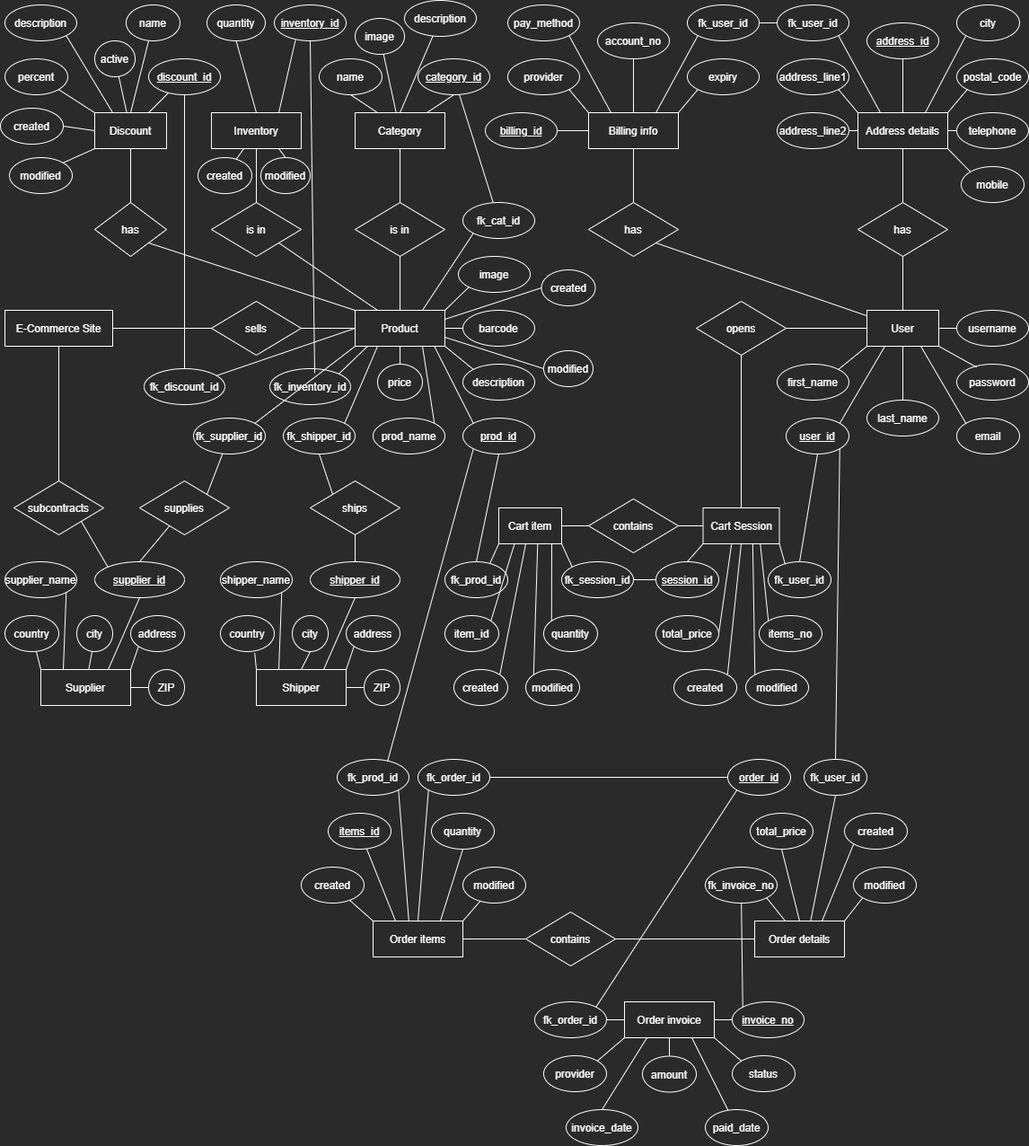
PCSedlaczek/BE15_CR9_Sedlaczek keeps this draw.io diagram as diagrams/famazon_er_diagram.png. Above is the earlier version. Source tidied: cells renumbered, new cells last; positions are measured from the earlier drawing's top-left corner, leaving out a move shared by most shapes.
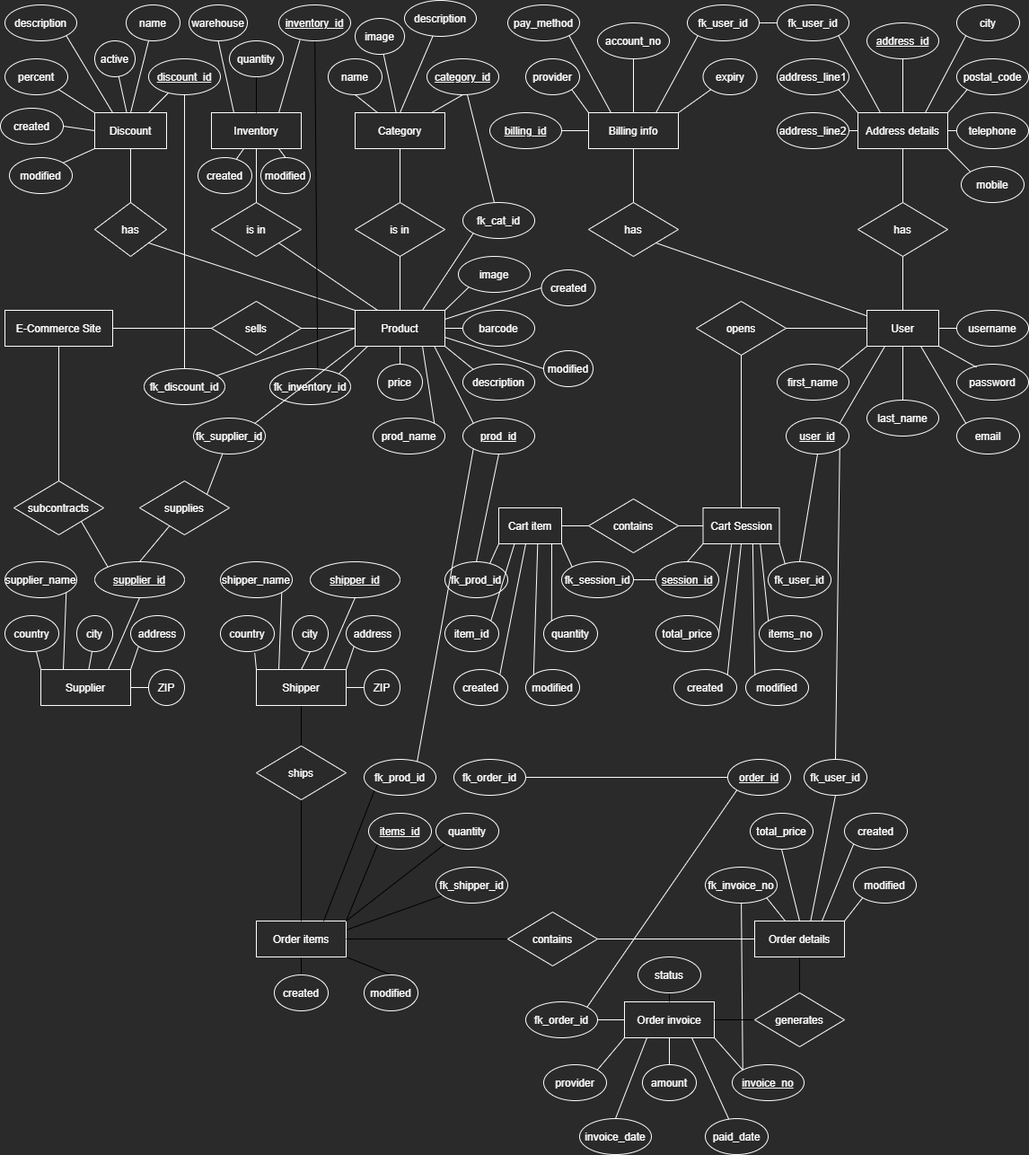
After the commit.

The edit, as a diff of the source:
```diff
@@ -136,3 +136,3 @@
     <mxCell id="45" value="billing_id" style="ellipse;whiteSpace=wrap;html=1;align=center;labelBackgroundColor=none;fontColor=#FFFFFF;strokeColor=#FFFFFF;strokeWidth=1;fillColor=none;fontStyle=4;" parent="1" vertex="1">
-      <mxGeometry x="540" y="125" width="80" height="40" as="geometry" />
+      <mxGeometry x="545" y="125" width="80" height="40" as="geometry" />
     </mxCell>
@@ -145,3 +145,3 @@
     <mxCell id="48" value="provider" style="ellipse;whiteSpace=wrap;html=1;align=center;labelBackgroundColor=none;fontColor=#FFFFFF;strokeColor=#FFFFFF;strokeWidth=1;fillColor=none;" parent="1" vertex="1">
-      <mxGeometry x="565" y="65" width="80" height="40" as="geometry" />
+      <mxGeometry x="585" y="65" width="60" height="40" as="geometry" />
     </mxCell>
@@ -151,3 +151,3 @@
     <mxCell id="50" value="expiry" style="ellipse;whiteSpace=wrap;html=1;align=center;labelBackgroundColor=none;fontColor=#FFFFFF;strokeColor=#FFFFFF;strokeWidth=1;fillColor=none;" parent="1" vertex="1">
-      <mxGeometry x="765" y="65" width="80" height="40" as="geometry" />
+      <mxGeometry x="782.5" y="65" width="60" height="40" as="geometry" />
     </mxCell>
@@ -213,3 +213,3 @@
     </mxCell>
-    <mxCell id="71" style="edgeStyle=none;curved=1;html=1;exitX=0.5;exitY=0;exitDx=0;exitDy=0;entryX=0.5;entryY=1;entryDx=0;entryDy=0;fontColor=#FFFFFF;endArrow=none;endFill=0;strokeColor=#FFFFFF;" parent="1" edge="1" source="74" target="91">
+    <mxCell id="71" style="edgeStyle=none;curved=1;html=1;exitX=0.25;exitY=0;exitDx=0;exitDy=0;entryX=0.5;entryY=1;entryDx=0;entryDy=0;fontColor=#FFFFFF;endArrow=none;endFill=0;strokeColor=#FFFFFF;" parent="1" edge="1" source="74" target="91">
       <mxGeometry relative="1" as="geometry" />
@@ -259,6 +259,6 @@
     <mxCell id="86" value="category_id" style="ellipse;whiteSpace=wrap;html=1;align=center;labelBackgroundColor=none;fontColor=#FFFFFF;strokeColor=#FFFFFF;strokeWidth=1;fillColor=none;fontStyle=4;" parent="1" vertex="1">
-      <mxGeometry x="465" y="65" width="80" height="40" as="geometry" />
+      <mxGeometry x="475" y="65" width="80" height="40" as="geometry" />
     </mxCell>
     <mxCell id="87" value="name" style="ellipse;whiteSpace=wrap;html=1;align=center;labelBackgroundColor=none;fontColor=#FFFFFF;strokeColor=#FFFFFF;strokeWidth=1;fillColor=none;" parent="1" vertex="1">
-      <mxGeometry x="355" y="65" width="70" height="40" as="geometry" />
+      <mxGeometry x="365" y="65" width="60" height="40" as="geometry" />
     </mxCell>
@@ -267,12 +267,10 @@
     </mxCell>
-    <mxCell id="89" style="edgeStyle=none;html=1;exitX=0.5;exitY=1;exitDx=0;exitDy=0;fontColor=#FFFFFF;endArrow=none;endFill=0;strokeColor=#FFFFFF;" parent="1" edge="1" source="90">
-      <mxGeometry relative="1" as="geometry">
-        <mxPoint x="350" y="415" as="targetPoint" />
-      </mxGeometry>
-    </mxCell>
+    <mxCell id="247" style="edgeStyle=none;html=1;entryX=0.592;entryY=-0.017;entryDx=0;entryDy=0;entryPerimeter=0;endArrow=none;endFill=0;" parent="1" edge="1" source="90" target="114">
+      <mxGeometry relative="1" as="geometry" />
+    </mxCell>
     <mxCell id="90" value="inventory_id" style="ellipse;whiteSpace=wrap;html=1;align=center;labelBackgroundColor=none;fontColor=#FFFFFF;strokeColor=#FFFFFF;strokeWidth=1;fillColor=none;fontStyle=4;" parent="1" vertex="1">
-      <mxGeometry x="305" y="5" width="80" height="40" as="geometry" />
+      <mxGeometry x="310" y="5" width="80" height="40" as="geometry" />
     </mxCell>
-    <mxCell id="91" value="quantity" style="ellipse;whiteSpace=wrap;html=1;align=center;labelBackgroundColor=none;fontColor=#FFFFFF;strokeColor=#FFFFFF;strokeWidth=1;fillColor=none;" parent="1" vertex="1">
-      <mxGeometry x="230" y="5" width="65" height="40" as="geometry" />
+    <mxCell id="91" value="warehouse" style="ellipse;whiteSpace=wrap;html=1;align=center;labelBackgroundColor=none;fontColor=#FFFFFF;strokeColor=#FFFFFF;strokeWidth=1;fillColor=none;" parent="1" vertex="1">
+      <mxGeometry x="210" y="5" width="65" height="40" as="geometry" />
     </mxCell>
@@ -329,3 +327,3 @@
     </mxCell>
-    <mxCell id="109" style="edgeStyle=none;curved=1;html=1;exitX=0;exitY=1;exitDx=0;exitDy=0;entryX=0.701;entryY=0.058;entryDx=0;entryDy=0;fontColor=#FFFFFF;endArrow=none;endFill=0;strokeColor=#FFFFFF;entryPerimeter=0;" parent="1" edge="1" source="110" target="168">
+    <mxCell id="109" style="edgeStyle=none;curved=1;html=1;exitX=0;exitY=1;exitDx=0;exitDy=0;entryX=0.739;entryY=0.063;entryDx=0;entryDy=0;fontColor=#FFFFFF;endArrow=none;endFill=0;strokeColor=#FFFFFF;entryPerimeter=0;" parent="1" edge="1" source="110" target="168">
       <mxGeometry relative="1" as="geometry" />
@@ -355,7 +353,7 @@
     </mxCell>
-    <mxCell id="117" style="edgeStyle=none;curved=1;html=1;exitX=1;exitY=0;exitDx=0;exitDy=0;entryX=0.25;entryY=1;entryDx=0;entryDy=0;fontColor=#FFFFFF;endArrow=none;endFill=0;strokeColor=#FFFFFF;" parent="1" edge="1" source="118" target="14">
-      <mxGeometry relative="1" as="geometry" />
-    </mxCell>
+    <mxCell id="248" style="edgeStyle=none;html=1;entryX=1;entryY=0.25;entryDx=0;entryDy=0;endArrow=none;endFill=0;" parent="1" edge="1" source="118" target="126">
+      <mxGeometry relative="1" as="geometry" />
+    </mxCell>
     <mxCell id="118" value="fk_shipper_id" style="ellipse;whiteSpace=wrap;html=1;align=center;labelBackgroundColor=none;fontColor=#FFFFFF;strokeColor=#FFFFFF;strokeWidth=1;fillColor=none;" parent="1" vertex="1">
-      <mxGeometry x="315" y="465" width="80" height="40" as="geometry" />
+      <mxGeometry x="485" y="965" width="80" height="40" as="geometry" />
     </mxCell>
@@ -382,4 +380,10 @@
     </mxCell>
+    <mxCell id="249" style="edgeStyle=none;html=1;endArrow=none;endFill=0;" parent="1" edge="1" source="126" target="164">
+      <mxGeometry relative="1" as="geometry" />
+    </mxCell>
+    <mxCell id="250" style="edgeStyle=none;html=1;entryX=0.5;entryY=0;entryDx=0;entryDy=0;endArrow=none;endFill=0;" parent="1" edge="1" source="126" target="162">
+      <mxGeometry relative="1" as="geometry" />
+    </mxCell>
     <mxCell id="126" value="Order items" style="whiteSpace=wrap;html=1;align=center;labelBackgroundColor=none;fontColor=#FFFFFF;strokeColor=#FFFFFF;strokeWidth=1;fillColor=none;" parent="1" vertex="1">
-      <mxGeometry x="415" y="1025" width="100" height="40" as="geometry" />
+      <mxGeometry x="285" y="1025" width="100" height="40" as="geometry" />
     </mxCell>
@@ -397,2 +401,5 @@
     </mxCell>
+    <mxCell id="251" style="edgeStyle=none;html=1;entryX=0.5;entryY=0;entryDx=0;entryDy=0;endArrow=none;endFill=0;" parent="1" edge="1" source="131" target="222">
+      <mxGeometry relative="1" as="geometry" />
+    </mxCell>
     <mxCell id="131" value="Shipper" style="whiteSpace=wrap;html=1;align=center;labelBackgroundColor=none;fontColor=#FFFFFF;strokeColor=#FFFFFF;strokeWidth=1;fillColor=none;" parent="1" vertex="1">
@@ -409,6 +416,3 @@
     </mxCell>
-    <mxCell id="135" style="edgeStyle=none;curved=1;html=1;exitX=1;exitY=1;exitDx=0;exitDy=0;entryX=0;entryY=0;entryDx=0;entryDy=0;fontColor=#FFFFFF;endArrow=none;endFill=0;strokeColor=#FFFFFF;" parent="1" edge="1" source="139" target="211">
-      <mxGeometry relative="1" as="geometry" />
-    </mxCell>
-    <mxCell id="136" style="edgeStyle=none;curved=1;html=1;exitX=1;exitY=0.5;exitDx=0;exitDy=0;entryX=0;entryY=0.5;entryDx=0;entryDy=0;fontColor=#FFFFFF;endArrow=none;endFill=0;strokeColor=#FFFFFF;" parent="1" edge="1" source="139" target="214">
+    <mxCell id="136" style="edgeStyle=none;curved=1;html=1;exitX=1;exitY=1;exitDx=0;exitDy=0;entryX=0;entryY=0;entryDx=0;entryDy=0;fontColor=#FFFFFF;endArrow=none;endFill=0;strokeColor=#FFFFFF;" parent="1" edge="1" source="139" target="214">
       <mxGeometry relative="1" as="geometry" />
@@ -427,2 +431,5 @@
     </mxCell>
+    <mxCell id="252" style="edgeStyle=none;html=1;endArrow=none;endFill=0;" parent="1" edge="1" source="141" target="258">
+      <mxGeometry relative="1" as="geometry" />
+    </mxCell>
     <mxCell id="141" value="Order details" style="whiteSpace=wrap;html=1;align=center;labelBackgroundColor=none;fontColor=#FFFFFF;strokeColor=#FFFFFF;strokeWidth=1;fillColor=none;" parent="1" vertex="1">
@@ -481,3 +488,3 @@
     </mxCell>
-    <mxCell id="159" style="edgeStyle=none;curved=1;html=1;entryX=0.25;entryY=0;entryDx=0;entryDy=0;fontColor=#FFFFFF;endArrow=none;endFill=0;strokeColor=#FFFFFF;" parent="1" edge="1" source="160" target="126">
+    <mxCell id="159" style="edgeStyle=none;html=1;entryX=1;entryY=0;entryDx=0;entryDy=0;endArrow=none;endFill=0;exitX=0;exitY=1;exitDx=0;exitDy=0;" parent="1" edge="1" source="160" target="126">
       <mxGeometry relative="1" as="geometry" />
@@ -485,17 +492,11 @@
     <mxCell id="160" value="items_id" style="ellipse;whiteSpace=wrap;html=1;align=center;labelBackgroundColor=none;fontColor=#FFFFFF;strokeColor=#FFFFFF;strokeWidth=1;fillColor=none;fontStyle=4;" parent="1" vertex="1">
-      <mxGeometry x="365" y="905" width="70" height="40" as="geometry" />
+      <mxGeometry x="410" y="905" width="70" height="40" as="geometry" />
     </mxCell>
-    <mxCell id="161" style="edgeStyle=none;curved=1;html=1;entryX=1;entryY=0;entryDx=0;entryDy=0;fontColor=#FFFFFF;endArrow=none;endFill=0;strokeColor=#FFFFFF;" parent="1" edge="1" source="162" target="126">
-      <mxGeometry relative="1" as="geometry" />
-    </mxCell>
     <mxCell id="162" value="modified" style="ellipse;whiteSpace=wrap;html=1;align=center;labelBackgroundColor=none;fontColor=#FFFFFF;strokeColor=#FFFFFF;strokeWidth=1;fillColor=none;" parent="1" vertex="1">
-      <mxGeometry x="515" y="965" width="70" height="40" as="geometry" />
+      <mxGeometry x="405" y="1085" width="60" height="40" as="geometry" />
     </mxCell>
-    <mxCell id="163" style="edgeStyle=none;curved=1;html=1;entryX=0;entryY=0;entryDx=0;entryDy=0;fontColor=#FFFFFF;endArrow=none;endFill=0;strokeColor=#FFFFFF;" parent="1" edge="1" source="164" target="126">
-      <mxGeometry relative="1" as="geometry" />
-    </mxCell>
     <mxCell id="164" value="created" style="ellipse;whiteSpace=wrap;html=1;align=center;labelBackgroundColor=none;fontColor=#FFFFFF;strokeColor=#FFFFFF;strokeWidth=1;fillColor=none;" parent="1" vertex="1">
-      <mxGeometry x="335" y="965" width="70" height="40" as="geometry" />
+      <mxGeometry x="305" y="1085" width="60" height="40" as="geometry" />
     </mxCell>
-    <mxCell id="165" style="edgeStyle=none;curved=1;html=1;exitX=0.5;exitY=1;exitDx=0;exitDy=0;fontColor=#FFFFFF;endArrow=none;endFill=0;strokeColor=#FFFFFF;entryX=0.75;entryY=0;entryDx=0;entryDy=0;" parent="1" edge="1" source="166" target="126">
+    <mxCell id="165" style="edgeStyle=none;html=1;exitX=0;exitY=1;exitDx=0;exitDy=0;entryX=1;entryY=0;entryDx=0;entryDy=0;endArrow=none;endFill=0;" parent="1" edge="1" source="166" target="126">
       <mxGeometry relative="1" as="geometry" />
@@ -503,5 +504,5 @@
     <mxCell id="166" value="quantity" style="ellipse;whiteSpace=wrap;html=1;align=center;labelBackgroundColor=none;fontColor=#FFFFFF;strokeColor=#FFFFFF;strokeWidth=1;fillColor=none;" parent="1" vertex="1">
-      <mxGeometry x="480" y="905" width="70" height="40" as="geometry" />
+      <mxGeometry x="485" y="905" width="70" height="40" as="geometry" />
     </mxCell>
-    <mxCell id="167" style="edgeStyle=none;curved=1;html=1;exitX=1;exitY=1;exitDx=0;exitDy=0;fontColor=#FFFFFF;endArrow=none;endFill=0;strokeColor=#FFFFFF;entryX=0.398;entryY=0.001;entryDx=0;entryDy=0;entryPerimeter=0;" parent="1" edge="1" source="168" target="126">
+    <mxCell id="167" style="edgeStyle=none;html=1;exitX=0;exitY=1;exitDx=0;exitDy=0;entryX=0.75;entryY=0;entryDx=0;entryDy=0;endArrow=none;endFill=0;" parent="1" edge="1" source="168" target="126">
       <mxGeometry relative="1" as="geometry" />
@@ -509,9 +510,6 @@
     <mxCell id="168" value="fk_prod_id" style="ellipse;whiteSpace=wrap;html=1;align=center;labelBackgroundColor=none;fontColor=#FFFFFF;strokeColor=#FFFFFF;strokeWidth=1;fillColor=none;" parent="1" vertex="1">
-      <mxGeometry x="375" y="845" width="80" height="40" as="geometry" />
+      <mxGeometry x="405" y="845" width="80" height="40" as="geometry" />
     </mxCell>
-    <mxCell id="169" style="edgeStyle=none;curved=1;html=1;exitX=0;exitY=1;exitDx=0;exitDy=0;entryX=0.5;entryY=0;entryDx=0;entryDy=0;fontColor=#FFFFFF;endArrow=none;endFill=0;strokeColor=#FFFFFF;" parent="1" edge="1" source="170" target="126">
-      <mxGeometry relative="1" as="geometry" />
-    </mxCell>
     <mxCell id="170" value="fk_order_id" style="ellipse;whiteSpace=wrap;html=1;align=center;labelBackgroundColor=none;fontColor=#FFFFFF;strokeColor=#FFFFFF;strokeWidth=1;fillColor=none;" parent="1" vertex="1">
-      <mxGeometry x="465" y="845" width="80" height="40" as="geometry" />
+      <mxGeometry x="505" y="845" width="80" height="40" as="geometry" />
     </mxCell>
@@ -636,18 +634,21 @@
     <mxCell id="209" value="amount" style="ellipse;whiteSpace=wrap;html=1;align=center;labelBackgroundColor=none;fontColor=#FFFFFF;strokeColor=#FFFFFF;strokeWidth=1;fillColor=none;" parent="1" vertex="1">
-      <mxGeometry x="715" y="1175.5" width="60" height="40" as="geometry" />
+      <mxGeometry x="715" y="1185" width="60" height="40" as="geometry" />
     </mxCell>
     <mxCell id="210" value="invoice_date" style="ellipse;whiteSpace=wrap;html=1;align=center;labelBackgroundColor=none;fontColor=#FFFFFF;strokeColor=#FFFFFF;strokeWidth=1;fillColor=none;" parent="1" vertex="1">
-      <mxGeometry x="630" y="1235" width="80" height="40" as="geometry" />
+      <mxGeometry x="645" y="1245" width="80" height="40" as="geometry" />
     </mxCell>
+    <mxCell id="253" style="edgeStyle=none;html=1;entryX=0.5;entryY=0;entryDx=0;entryDy=0;endArrow=none;endFill=0;" parent="1" edge="1" source="211" target="139">
+      <mxGeometry relative="1" as="geometry" />
+    </mxCell>
     <mxCell id="211" value="status" style="ellipse;whiteSpace=wrap;html=1;align=center;labelBackgroundColor=none;fontColor=#FFFFFF;strokeColor=#FFFFFF;strokeWidth=1;fillColor=none;" parent="1" vertex="1">
-      <mxGeometry x="815" y="1175" width="70" height="40" as="geometry" />
+      <mxGeometry x="710" y="1065" width="70" height="40" as="geometry" />
     </mxCell>
     <mxCell id="212" value="provider" style="ellipse;whiteSpace=wrap;html=1;align=center;labelBackgroundColor=none;fontColor=#FFFFFF;strokeColor=#FFFFFF;strokeWidth=1;fillColor=none;" parent="1" vertex="1">
-      <mxGeometry x="605" y="1175" width="70" height="40" as="geometry" />
+      <mxGeometry x="605" y="1185" width="70" height="40" as="geometry" />
     </mxCell>
     <mxCell id="213" value="fk_order_id" style="ellipse;whiteSpace=wrap;html=1;align=center;labelBackgroundColor=none;fontColor=#FFFFFF;strokeColor=#FFFFFF;strokeWidth=1;fillColor=none;" parent="1" vertex="1">
-      <mxGeometry x="595" y="1115" width="80" height="40" as="geometry" />
+      <mxGeometry x="585" y="1115" width="80" height="40" as="geometry" />
     </mxCell>
     <mxCell id="214" value="invoice_no" style="ellipse;whiteSpace=wrap;html=1;align=center;labelBackgroundColor=none;fontColor=#FFFFFF;strokeColor=#FFFFFF;strokeWidth=1;fillColor=none;fontStyle=4;" parent="1" vertex="1">
-      <mxGeometry x="815" y="1115" width="80" height="40" as="geometry" />
+      <mxGeometry x="815" y="1185" width="80" height="40" as="geometry" />
     </mxCell>
@@ -671,11 +672,8 @@
     </mxCell>
-    <mxCell id="221" style="edgeStyle=none;curved=1;html=1;fontColor=#FFFFFF;endArrow=none;endFill=0;strokeColor=#FFFFFF;exitX=0.5;exitY=1;exitDx=0;exitDy=0;entryX=0.5;entryY=0;entryDx=0;entryDy=0;" parent="1" edge="1" source="222" target="158">
-      <mxGeometry relative="1" as="geometry" />
-    </mxCell>
+    <mxCell id="254" style="edgeStyle=none;html=1;entryX=0.5;entryY=0;entryDx=0;entryDy=0;endArrow=none;endFill=0;" parent="1" edge="1" source="222" target="126">
+      <mxGeometry relative="1" as="geometry" />
+    </mxCell>
     <mxCell id="222" value="ships" style="shape=rhombus;perimeter=rhombusPerimeter;whiteSpace=wrap;html=1;align=center;labelBackgroundColor=none;fontColor=#FFFFFF;strokeColor=#FFFFFF;strokeWidth=1;fillColor=none;" parent="1" vertex="1">
-      <mxGeometry x="345" y="535" width="100" height="60" as="geometry" />
+      <mxGeometry x="285" y="830" width="100" height="60" as="geometry" />
     </mxCell>
-    <mxCell id="223" style="edgeStyle=none;curved=1;html=1;fontColor=#FFFFFF;endArrow=none;endFill=0;strokeColor=#FFFFFF;entryX=0;entryY=0;entryDx=0;entryDy=0;exitX=0.5;exitY=1;exitDx=0;exitDy=0;" parent="1" edge="1" source="118" target="222">
-      <mxGeometry relative="1" as="geometry" />
-    </mxCell>
     <mxCell id="224" value="supplies" style="shape=rhombus;perimeter=rhombusPerimeter;whiteSpace=wrap;html=1;align=center;labelBackgroundColor=none;fontColor=#FFFFFF;strokeColor=#FFFFFF;strokeWidth=1;fillColor=none;" parent="1" vertex="1">
@@ -707,3 +705,3 @@
     </mxCell>
-    <mxCell id="233" style="edgeStyle=none;curved=1;html=1;exitX=0;exitY=0.5;exitDx=0;exitDy=0;entryX=1;entryY=0.5;entryDx=0;entryDy=0;fontColor=#FFFFFF;endArrow=none;endFill=0;strokeColor=#FFFFFF;" parent="1" edge="1" source="234" target="126">
+    <mxCell id="233" style="edgeStyle=none;html=1;exitX=0;exitY=0.5;exitDx=0;exitDy=0;entryX=1;entryY=0.5;entryDx=0;entryDy=0;endArrow=none;endFill=0;" parent="1" edge="1" source="234" target="126">
       <mxGeometry relative="1" as="geometry" />
@@ -711,6 +709,6 @@
     <mxCell id="234" value="contains" style="shape=rhombus;perimeter=rhombusPerimeter;whiteSpace=wrap;html=1;align=center;labelBackgroundColor=none;fontColor=#FFFFFF;strokeColor=#FFFFFF;strokeWidth=1;fillColor=none;" parent="1" vertex="1">
-      <mxGeometry x="585" y="1015" width="100" height="60" as="geometry" />
+      <mxGeometry x="565" y="1015" width="100" height="60" as="geometry" />
     </mxCell>
     <mxCell id="235" value="paid_date" style="ellipse;whiteSpace=wrap;html=1;align=center;labelBackgroundColor=none;fontColor=#FFFFFF;strokeColor=#FFFFFF;strokeWidth=1;fillColor=none;" parent="1" vertex="1">
-      <mxGeometry x="785" y="1235" width="70" height="40" as="geometry" />
+      <mxGeometry x="785" y="1245" width="70" height="40" as="geometry" />
     </mxCell>
@@ -749,2 +747,14 @@
     </mxCell>
+    <mxCell id="255" style="edgeStyle=none;html=1;endArrow=none;endFill=0;entryX=0.5;entryY=0;entryDx=0;entryDy=0;" parent="1" edge="1" source="256" target="74">
+      <mxGeometry relative="1" as="geometry" />
+    </mxCell>
+    <mxCell id="256" value="quantity" style="ellipse;whiteSpace=wrap;html=1;align=center;labelBackgroundColor=none;fontColor=#FFFFFF;strokeColor=#FFFFFF;strokeWidth=1;fillColor=none;" parent="1" vertex="1">
+      <mxGeometry x="255" y="45" width="60" height="40" as="geometry" />
+    </mxCell>
+    <mxCell id="257" style="edgeStyle=none;html=1;entryX=1;entryY=0.5;entryDx=0;entryDy=0;endArrow=none;endFill=0;" parent="1" edge="1" source="258" target="139">
+      <mxGeometry relative="1" as="geometry" />
+    </mxCell>
+    <mxCell id="258" value="generates" style="shape=rhombus;perimeter=rhombusPerimeter;whiteSpace=wrap;html=1;align=center;labelBackgroundColor=none;fontColor=#FFFFFF;strokeColor=#FFFFFF;strokeWidth=1;fillColor=none;" parent="1" vertex="1">
+      <mxGeometry x="840" y="1105" width="100" height="60" as="geometry" />
+    </mxCell>
   </root>
```
